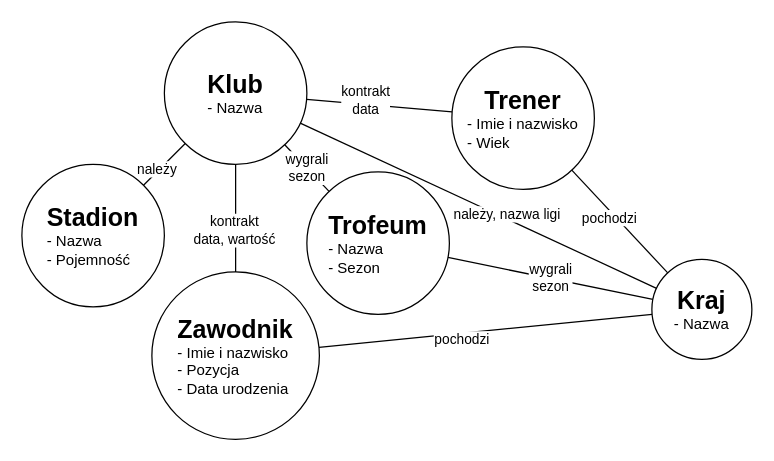
albertmazur/scraper_club keeps this draw.io diagram as Projekt_pikarski.drawio. Above is the earlier version. Source tidied: cells renumbered, new cells numbered last; positions are measured from the earlier drawing's top-left corner, leaving out a move shared by most shapes. Both pictures are drawn from the tidied source at 125%, with x=0, y=0 at pixel (21, 21).
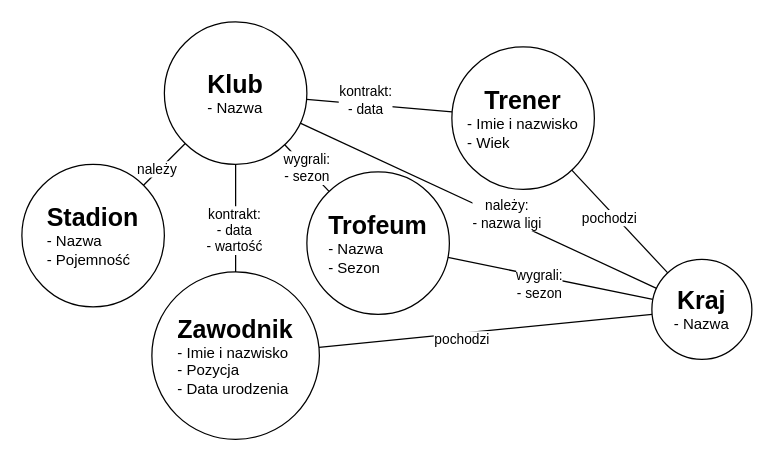
The same diagram, later.

Commit message (it also covers changes not shown here):
Poprawki schematu i dokumentacji

The change refers to these unchanged cells:
```xml
<mxCell id="2" style="endArrow=none;html=1;rounded=0;" parent="1" edge="1" source="21" target="20">
  <mxGeometry relative="1" as="geometry" />
</mxCell>
<mxCell id="4" style="endArrow=none;html=1;rounded=0;" parent="1" edge="1" source="21" target="16">
  <mxGeometry relative="1" as="geometry" />
</mxCell>
<mxCell id="9" style="endArrow=none;html=1;rounded=0;" parent="1" edge="1" source="19" target="21">
  <mxGeometry relative="1" as="geometry" />
</mxCell>
<mxCell id="18" value="&lt;font style=&quot;&quot;&gt;&lt;span style=&quot;font-size: 20px;&quot;&gt;&lt;b&gt;Trofeum&lt;/b&gt;&lt;/span&gt;&lt;/font&gt;&lt;br&gt;&lt;div style=&quot;text-align: left;&quot;&gt;&lt;span style=&quot;background-color: initial;&quot;&gt;- Nazwa&lt;/span&gt;&lt;/div&gt;&lt;div style=&quot;text-align: left;&quot;&gt;&lt;span style=&quot;background-color: initial;&quot;&gt;- Sezon&lt;/span&gt;&lt;/div&gt;" style="ellipse;whiteSpace=wrap;html=1;align=center;" parent="1" vertex="1">
  <mxGeometry x="228" y="120" width="114" height="114" as="geometry" />
</mxCell>
<mxCell id="19" value="&lt;span style=&quot;font-size: 20px;&quot;&gt;&lt;b&gt;Kraj&lt;/b&gt;&lt;/span&gt;&lt;br&gt;&lt;div style=&quot;text-align: left;&quot;&gt;&lt;span style=&quot;background-color: initial;&quot;&gt;- Nazwa&lt;/span&gt;&lt;/div&gt;" style="ellipse;whiteSpace=wrap;html=1;align=center;" parent="1" vertex="1">
  <mxGeometry x="504" y="190" width="80" height="80" as="geometry" />
</mxCell>
<mxCell id="21" value="&lt;b&gt;&lt;font style=&quot;font-size: 20px;&quot;&gt;Klub&lt;/font&gt;&lt;/b&gt;&lt;br&gt;&lt;div style=&quot;text-align: left;&quot;&gt;&lt;span style=&quot;background-color: initial;&quot;&gt;- Nazwa&lt;/span&gt;&lt;/div&gt;" style="ellipse;whiteSpace=wrap;html=1;align=center;" parent="1" vertex="1">
  <mxGeometry x="114" width="114" height="114" as="geometry" />
</mxCell>
```

What changed in the source:
```diff
@@
-    <mxCell id="3" value="kontrakt&lt;br&gt;data" style="edgeLabel;html=1;align=center;verticalAlign=middle;" parent="2" vertex="1">
+    <mxCell id="3" value="kontrakt:&lt;br&gt;- data" style="edgeLabel;html=1;align=center;verticalAlign=middle;" parent="2" vertex="1">
       <mxGeometry x="-0.2" y="4" relative="1" as="geometry" />
     </mxCell>
@@
-    <mxCell id="5" value="kontrakt&lt;br&gt;data, wartość" style="edgeLabel;html=1;align=center;verticalAlign=middle;" parent="4" vertex="1">
+    <mxCell id="5" value="kontrakt:&lt;br&gt;- data&lt;br&gt;- wartość" style="edgeLabel;html=1;align=center;verticalAlign=middle;" parent="4" vertex="1">
       <mxGeometry x="0.2" y="-2" relative="1" as="geometry" />
     </mxCell>
-    <mxCell id="6" value="wygrali&lt;br&gt;sezon" style="endArrow=none;html=1;rounded=0;" parent="1" edge="1" source="18" target="21">
+    <mxCell id="6" value="wygrali:&lt;br&gt;- sezon" style="endArrow=none;html=1;rounded=0;" parent="1" edge="1" source="18" target="21">
       <mxGeometry relative="1" as="geometry" />
     </mxCell>
@@
-    <mxCell id="10" value="należy, nazwa ligi" style="edgeLabel;html=1;align=center;verticalAlign=middle;" parent="9" vertex="1">
+    <mxCell id="10" value="należy:&lt;br&gt;- nazwa ligi" style="edgeLabel;html=1;align=center;verticalAlign=middle;" parent="9" vertex="1">
       <mxGeometry x="-0.15" y="-4" relative="1" as="geometry" />
     </mxCell>
@@
-    <mxCell id="15" value="wygrali&lt;br&gt;sezon" style="endArrow=none;html=1;rounded=0;" parent="1" edge="1" source="19" target="18">
-      <mxGeometry relative="1" as="geometry" />
+    <mxCell id="15" value="wygrali:&lt;br&gt;- sezon" style="endArrow=none;html=1;rounded=0;" parent="1" edge="1" source="19" target="18">
+      <mxGeometry x="0.09" y="6" relative="1" as="geometry" />
     </mxCell>
```
